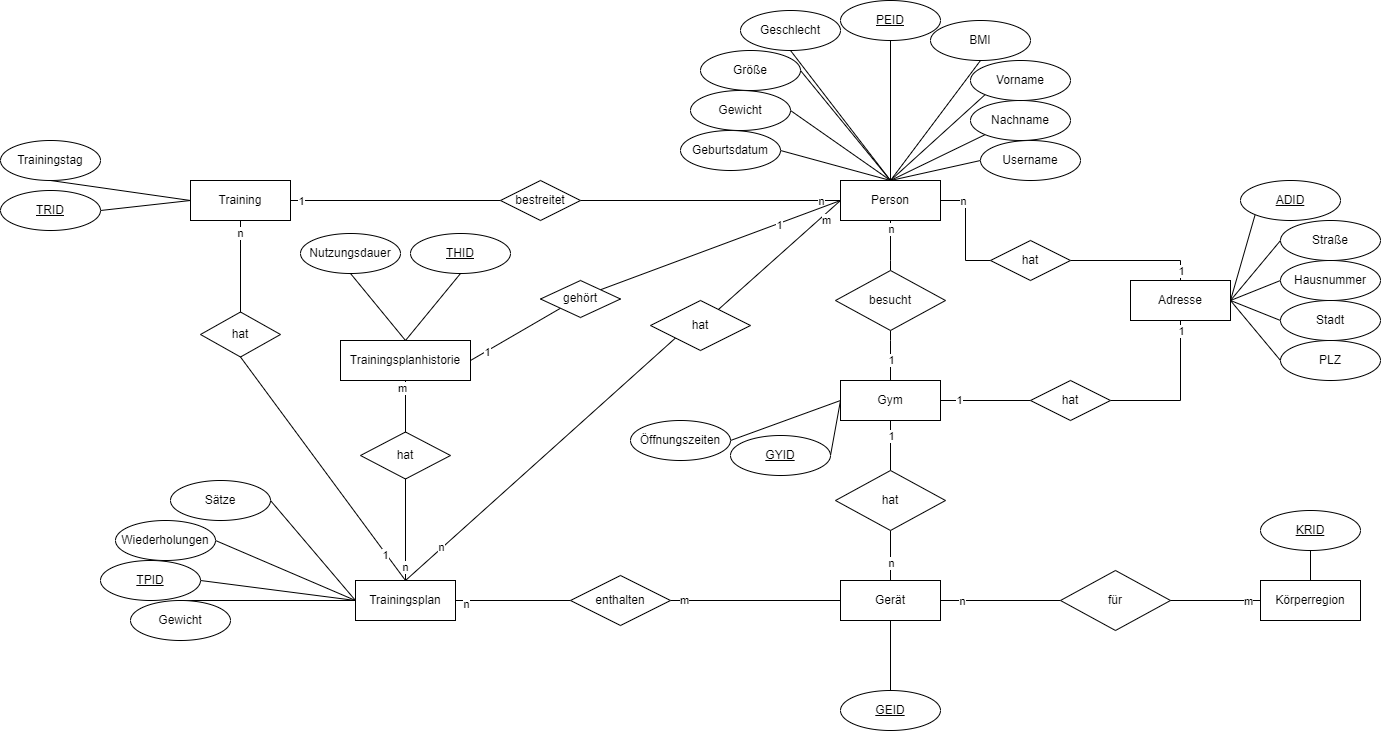
jonnef/InfinityApp keeps this draw.io diagram as Diagramme/ERDiagramm_InfinityApp.png. Above is the earlier version. Source tidied: cells renumbered, new cells last; positions are measured from the earlier drawing's top-left corner, leaving out a move shared by most shapes.
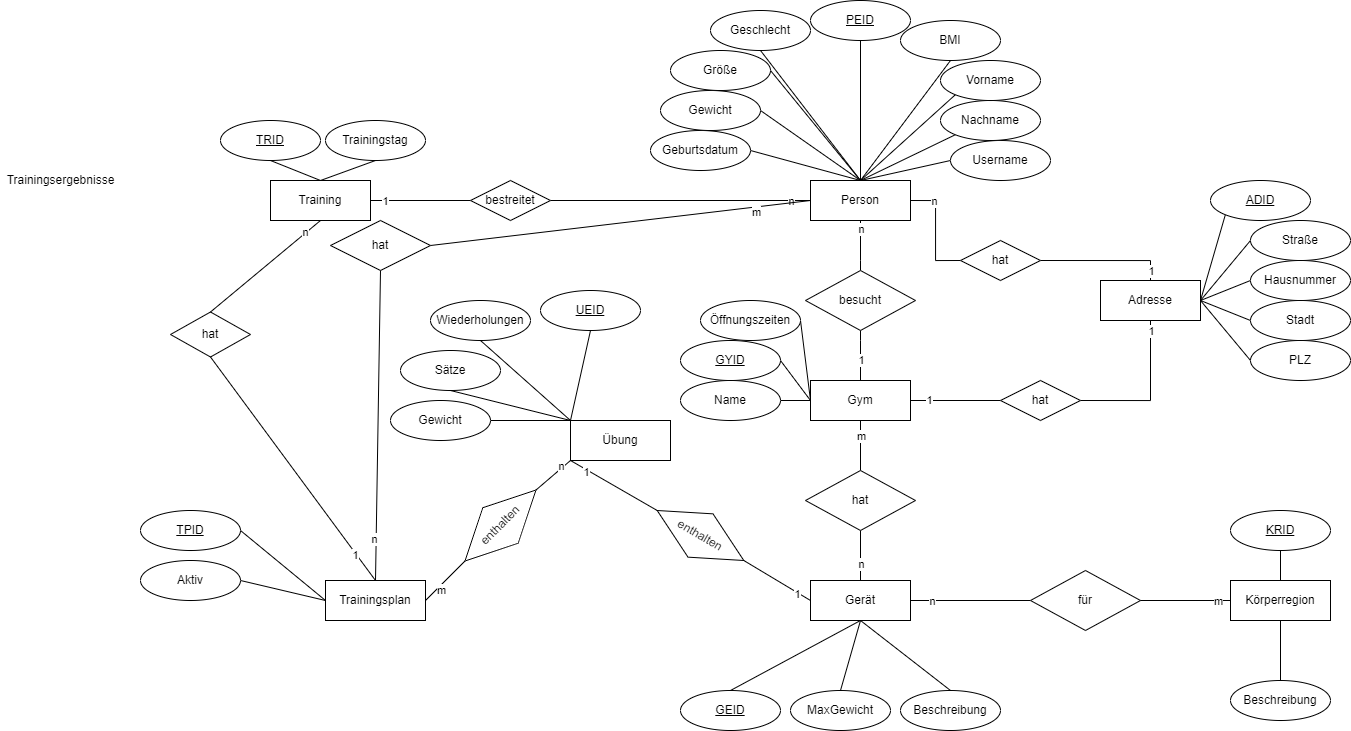
The same file after the commit.

What changed in the source:
```diff
@@ -23,7 +23,7 @@
         <mxPoint x="44" y="-4" as="offset" />
       </mxGeometry>
     </mxCell>
-    <mxCell id="6" style="edgeStyle=none;rounded=0;jettySize=auto;html=1;exitX=0;exitY=0.5;exitDx=0;exitDy=0;endArrow=none;endFill=0;" parent="1" edge="1" source="8" target="98">
+    <mxCell id="6" style="edgeStyle=none;rounded=0;jettySize=auto;html=1;exitX=0;exitY=0.5;exitDx=0;exitDy=0;endArrow=none;endFill=0;entryX=1;entryY=0.5;entryDx=0;entryDy=0;" parent="1" edge="1" source="8" target="98">
       <mxGeometry relative="1" as="geometry" />
     </mxCell>
     <mxCell id="7" value="m" style="edgeLabel;html=1;align=center;verticalAlign=middle;" parent="6" vertex="1">
@@ -40,7 +40,7 @@
         </Array>
       </mxGeometry>
     </mxCell>
-    <mxCell id="10" value="1" style="edgeLabel;html=1;align=center;verticalAlign=middle;" parent="9" vertex="1">
+    <mxCell id="10" value="m" style="edgeLabel;html=1;align=center;verticalAlign=middle;" parent="9" vertex="1">
       <mxGeometry x="-0.38" y="1" relative="1" as="geometry">
         <mxPoint x="-1" as="offset" />
       </mxGeometry>
@@ -234,7 +234,7 @@
       <mxGeometry relative="1" as="geometry" />
     </mxCell>
     <mxCell id="61" value="Öffnungszeiten" style="ellipse;whiteSpace=wrap;html=1;align=center;" parent="1" vertex="1">
-      <mxGeometry x="630" y="420" width="100" height="40" as="geometry" />
+      <mxGeometry x="730" y="300" width="100" height="40" as="geometry" />
     </mxCell>
     <mxCell id="62" style="edgeStyle=none;rounded=0;jettySize=auto;html=1;exitX=0.5;exitY=1;exitDx=0;exitDy=0;endArrow=none;endFill=0;" parent="1" edge="1" source="63">
       <mxGeometry relative="1" as="geometry">
@@ -256,7 +256,7 @@
       <mxGeometry relative="1" as="geometry" />
     </mxCell>
     <mxCell id="67" value="GEID" style="ellipse;whiteSpace=wrap;html=1;align=center;fontStyle=4;" parent="1" vertex="1">
-      <mxGeometry x="840" y="690" width="100" height="40" as="geometry" />
+      <mxGeometry x="710" y="690" width="100" height="40" as="geometry" />
     </mxCell>
     <mxCell id="68" style="edgeStyle=none;rounded=0;jettySize=auto;html=1;exitX=0.5;exitY=1;exitDx=0;exitDy=0;endArrow=none;endFill=0;" parent="1" edge="1" source="69" target="16">
       <mxGeometry relative="1" as="geometry" />
@@ -268,83 +268,44 @@
       <mxGeometry relative="1" as="geometry" />
     </mxCell>
     <mxCell id="71" value="GYID" style="ellipse;whiteSpace=wrap;html=1;align=center;fontStyle=4;" parent="1" vertex="1">
-      <mxGeometry x="730" y="435" width="100" height="40" as="geometry" />
+      <mxGeometry x="710" y="340" width="100" height="40" as="geometry" />
     </mxCell>
-    <mxCell id="72" style="edgeStyle=none;rounded=0;jettySize=auto;html=1;exitX=1;exitY=0.5;exitDx=0;exitDy=0;entryX=0;entryY=0.5;entryDx=0;entryDy=0;endArrow=none;endFill=0;" parent="1" edge="1" source="76" target="79">
-      <mxGeometry relative="1" as="geometry" />
-    </mxCell>
-    <mxCell id="73" value="n" style="edgeLabel;html=1;align=center;verticalAlign=middle;" parent="72" vertex="1">
-      <mxGeometry x="-0.82" y="-3" relative="1" as="geometry" />
-    </mxCell>
-    <mxCell id="74" style="edgeStyle=none;rounded=0;jettySize=auto;html=1;exitX=0.5;exitY=0;exitDx=0;exitDy=0;entryX=0.5;entryY=1;entryDx=0;entryDy=0;endArrow=none;endFill=0;" parent="1" edge="1" source="76" target="116">
-      <mxGeometry relative="1" as="geometry" />
-    </mxCell>
-    <mxCell id="75" value="n" style="edgeLabel;html=1;align=center;verticalAlign=middle;" parent="74" vertex="1">
-      <mxGeometry x="-0.73" y="1" relative="1" as="geometry" />
-    </mxCell>
     <mxCell id="76" value="Trainingsplan" style="whiteSpace=wrap;html=1;align=center;" parent="1" vertex="1">
       <mxGeometry x="355" y="580" width="100" height="40" as="geometry" />
     </mxCell>
-    <mxCell id="77" style="edgeStyle=none;rounded=0;jettySize=auto;html=1;exitX=1;exitY=0.5;exitDx=0;exitDy=0;entryX=0;entryY=0.5;entryDx=0;entryDy=0;endArrow=none;endFill=0;" parent="1" edge="1" source="79" target="14">
-      <mxGeometry relative="1" as="geometry" />
-    </mxCell>
-    <mxCell id="78" value="m" style="edgeLabel;html=1;align=center;verticalAlign=middle;" parent="77" vertex="1">
-      <mxGeometry x="-0.83" y="1" relative="1" as="geometry" />
-    </mxCell>
-    <mxCell id="79" value="enthalten" style="shape=rhombus;perimeter=rhombusPerimeter;whiteSpace=wrap;html=1;align=center;" parent="1" vertex="1">
-      <mxGeometry x="570" y="575" width="100" height="50" as="geometry" />
-    </mxCell>
-    <mxCell id="80" style="edgeStyle=none;rounded=0;jettySize=auto;html=1;exitX=1;exitY=0.5;exitDx=0;exitDy=0;entryX=0;entryY=0.5;entryDx=0;entryDy=0;endArrow=none;endFill=0;" parent="1" edge="1" source="81" target="76">
-      <mxGeometry relative="1" as="geometry" />
-    </mxCell>
-    <mxCell id="81" value="Sätze" style="ellipse;whiteSpace=wrap;html=1;align=center;" parent="1" vertex="1">
-      <mxGeometry x="170" y="480" width="100" height="40" as="geometry" />
-    </mxCell>
-    <mxCell id="82" style="edgeStyle=none;rounded=0;jettySize=auto;html=1;exitX=1;exitY=0.5;exitDx=0;exitDy=0;endArrow=none;endFill=0;entryX=0;entryY=0.5;entryDx=0;entryDy=0;" parent="1" edge="1" source="83" target="76">
-      <mxGeometry relative="1" as="geometry" />
-    </mxCell>
-    <mxCell id="83" value="Wiederholungen" style="ellipse;whiteSpace=wrap;html=1;align=center;" parent="1" vertex="1">
-      <mxGeometry x="115" y="520" width="100" height="40" as="geometry" />
-    </mxCell>
     <mxCell id="84" style="edgeStyle=none;rounded=0;jettySize=auto;html=1;exitX=1;exitY=0.5;exitDx=0;exitDy=0;endArrow=none;endFill=0;entryX=0;entryY=0.5;entryDx=0;entryDy=0;" parent="1" edge="1" source="85" target="76">
       <mxGeometry relative="1" as="geometry" />
     </mxCell>
     <mxCell id="85" value="TPID" style="ellipse;whiteSpace=wrap;html=1;align=center;fontStyle=4;" parent="1" vertex="1">
-      <mxGeometry x="100" y="560" width="100" height="40" as="geometry" />
+      <mxGeometry x="170" y="510" width="100" height="40" as="geometry" />
     </mxCell>
     <mxCell id="86" value="Training" style="whiteSpace=wrap;html=1;align=center;" parent="1" vertex="1">
-      <mxGeometry x="190" y="180" width="100" height="40" as="geometry" />
+      <mxGeometry x="300" y="180" width="100" height="40" as="geometry" />
     </mxCell>
     <mxCell id="87" style="edgeStyle=none;rounded=0;jettySize=auto;html=1;exitX=0;exitY=0.5;exitDx=0;exitDy=0;entryX=1;entryY=0.5;entryDx=0;entryDy=0;endArrow=none;endFill=0;" parent="1" edge="1" source="89" target="86">
       <mxGeometry relative="1" as="geometry" />
     </mxCell>
     <mxCell id="88" value="1" style="edgeLabel;html=1;align=center;verticalAlign=middle;" parent="87" vertex="1">
       <mxGeometry x="0.51" y="3" relative="1" as="geometry">
-        <mxPoint x="-41" y="-3" as="offset" />
+        <mxPoint x="-10" y="-3" as="offset" />
       </mxGeometry>
     </mxCell>
     <mxCell id="89" value="bestreitet" style="shape=rhombus;perimeter=rhombusPerimeter;whiteSpace=wrap;html=1;align=center;" parent="1" vertex="1">
       <mxGeometry x="500" y="180" width="80" height="40" as="geometry" />
     </mxCell>
-    <mxCell id="90" style="edgeStyle=none;html=1;exitX=1;exitY=0.5;exitDx=0;exitDy=0;entryX=0;entryY=0.5;entryDx=0;entryDy=0;endArrow=none;endFill=0;" parent="1" edge="1" source="91" target="86">
+    <mxCell id="90" style="edgeStyle=none;html=1;exitX=0.5;exitY=1;exitDx=0;exitDy=0;entryX=0.5;entryY=0;entryDx=0;entryDy=0;endArrow=none;endFill=0;" parent="1" edge="1" source="91" target="86">
       <mxGeometry relative="1" as="geometry" />
     </mxCell>
     <mxCell id="91" value="TRID" style="ellipse;whiteSpace=wrap;html=1;align=center;fontStyle=4;" parent="1" vertex="1">
-      <mxGeometry y="190" width="100" height="40" as="geometry" />
+      <mxGeometry x="250" y="120" width="100" height="40" as="geometry" />
     </mxCell>
-    <mxCell id="92" style="edgeStyle=none;html=1;exitX=0.5;exitY=0;exitDx=0;exitDy=0;entryX=0;entryY=0.5;entryDx=0;entryDy=0;endArrow=none;endFill=0;" parent="1" edge="1" source="93" target="76">
-      <mxGeometry relative="1" as="geometry" />
-    </mxCell>
-    <mxCell id="93" value="Gewicht" style="ellipse;whiteSpace=wrap;html=1;align=center;" parent="1" vertex="1">
-      <mxGeometry x="130" y="600" width="100" height="40" as="geometry" />
-    </mxCell>
-    <mxCell id="94" style="edgeStyle=none;rounded=0;jettySize=auto;html=1;exitX=0.5;exitY=1;exitDx=0;exitDy=0;endArrow=none;endFill=0;entryX=0;entryY=0.5;entryDx=0;entryDy=0;" parent="1" edge="1" source="95" target="86">
+    <mxCell id="94" style="edgeStyle=none;rounded=0;jettySize=auto;html=1;exitX=0.5;exitY=1;exitDx=0;exitDy=0;endArrow=none;endFill=0;entryX=0.5;entryY=0;entryDx=0;entryDy=0;" parent="1" edge="1" source="95" target="86">
       <mxGeometry relative="1" as="geometry" />
     </mxCell>
     <mxCell id="95" value="Trainingstag" style="ellipse;whiteSpace=wrap;html=1;align=center;" parent="1" vertex="1">
-      <mxGeometry y="140" width="100" height="40" as="geometry" />
+      <mxGeometry x="355" y="120" width="100" height="40" as="geometry" />
     </mxCell>
-    <mxCell id="96" style="edgeStyle=none;rounded=0;jettySize=auto;html=1;exitX=0;exitY=1;exitDx=0;exitDy=0;entryX=0.5;entryY=0;entryDx=0;entryDy=0;endArrow=none;endFill=0;" parent="1" edge="1" source="98" target="76">
+    <mxCell id="96" style="edgeStyle=none;rounded=0;jettySize=auto;html=1;exitX=0.5;exitY=1;exitDx=0;exitDy=0;entryX=0.5;entryY=0;entryDx=0;entryDy=0;endArrow=none;endFill=0;" parent="1" edge="1" source="98" target="76">
       <mxGeometry relative="1" as="geometry" />
     </mxCell>
     <mxCell id="97" value="n" style="edgeLabel;html=1;align=center;verticalAlign=middle;" parent="96" vertex="1">
@@ -353,29 +314,8 @@
       </mxGeometry>
     </mxCell>
     <mxCell id="98" value="hat" style="shape=rhombus;perimeter=rhombusPerimeter;whiteSpace=wrap;html=1;align=center;" parent="1" vertex="1">
-      <mxGeometry x="650" y="300" width="100" height="50" as="geometry" />
+      <mxGeometry x="360" y="220" width="100" height="50" as="geometry" />
     </mxCell>
-    <mxCell id="99" style="edgeStyle=none;rounded=0;jettySize=auto;html=1;exitX=1;exitY=0.5;exitDx=0;exitDy=0;entryX=0;entryY=1;entryDx=0;entryDy=0;endArrow=none;endFill=0;" parent="1" edge="1" source="101" target="113">
-      <mxGeometry relative="1" as="geometry" />
-    </mxCell>
-    <mxCell id="100" value="1" style="edgeLabel;html=1;align=center;verticalAlign=middle;" parent="99" vertex="1">
-      <mxGeometry x="-0.64" y="-1" relative="1" as="geometry" />
-    </mxCell>
-    <mxCell id="101" value="Trainingsplanhistorie" style="whiteSpace=wrap;html=1;align=center;" parent="1" vertex="1">
-      <mxGeometry x="340" y="340" width="130" height="40" as="geometry" />
-    </mxCell>
-    <mxCell id="102" style="rounded=0;jettySize=auto;html=1;exitX=0.5;exitY=1;exitDx=0;exitDy=0;entryX=0.5;entryY=0;entryDx=0;entryDy=0;endArrow=none;endFill=0;" parent="1" edge="1" source="103" target="101">
-      <mxGeometry relative="1" as="geometry" />
-    </mxCell>
-    <mxCell id="103" value="THID" style="ellipse;whiteSpace=wrap;html=1;align=center;fontStyle=4;" parent="1" vertex="1">
-      <mxGeometry x="410" y="233" width="100" height="40" as="geometry" />
-    </mxCell>
-    <mxCell id="104" style="edgeStyle=none;rounded=0;jettySize=auto;html=1;exitX=0.5;exitY=1;exitDx=0;exitDy=0;entryX=0.5;entryY=0;entryDx=0;entryDy=0;endArrow=none;endFill=0;" parent="1" edge="1" source="105" target="101">
-      <mxGeometry relative="1" as="geometry" />
-    </mxCell>
-    <mxCell id="105" value="Nutzungsdauer" style="ellipse;whiteSpace=wrap;html=1;align=center;" parent="1" vertex="1">
-      <mxGeometry x="300" y="233" width="100" height="40" as="geometry" />
-    </mxCell>
     <mxCell id="106" style="edgeStyle=none;rounded=0;jettySize=auto;html=1;exitX=0.5;exitY=1;exitDx=0;exitDy=0;entryX=0.5;entryY=0;entryDx=0;entryDy=0;endArrow=none;endFill=0;" parent="1" edge="1" source="110" target="76">
       <mxGeometry relative="1" as="geometry" />
     </mxCell>
@@ -391,25 +331,101 @@
     <mxCell id="110" value="hat" style="shape=rhombus;perimeter=rhombusPerimeter;whiteSpace=wrap;html=1;align=center;" parent="1" vertex="1">
       <mxGeometry x="200" y="311.5" width="80" height="45" as="geometry" />
     </mxCell>
-    <mxCell id="111" style="edgeStyle=none;rounded=0;jettySize=auto;html=1;exitX=1;exitY=0;exitDx=0;exitDy=0;endArrow=none;endFill=0;" parent="1" edge="1" source="113">
-      <mxGeometry relative="1" as="geometry">
-        <mxPoint x="840" y="200" as="targetPoint" />
-      </mxGeometry>
-    </mxCell>
-    <mxCell id="112" value="1" style="edgeLabel;html=1;align=center;verticalAlign=middle;" parent="111" vertex="1">
-      <mxGeometry x="0.48" y="-1" relative="1" as="geometry" />
-    </mxCell>
-    <mxCell id="113" value="gehört" style="shape=rhombus;perimeter=rhombusPerimeter;whiteSpace=wrap;html=1;align=center;" parent="1" vertex="1">
-      <mxGeometry x="540" y="280" width="80" height="37" as="geometry" />
-    </mxCell>
-    <mxCell id="114" style="edgeStyle=none;rounded=0;jettySize=auto;html=1;exitX=0.5;exitY=0;exitDx=0;exitDy=0;entryX=0.5;entryY=1;entryDx=0;entryDy=0;endArrow=none;endFill=0;" parent="1" edge="1" source="116" target="101">
-      <mxGeometry relative="1" as="geometry" />
-    </mxCell>
-    <mxCell id="115" value="m" style="edgeLabel;html=1;align=center;verticalAlign=middle;" parent="114" vertex="1">
-      <mxGeometry x="0.71" y="4" relative="1" as="geometry" />
-    </mxCell>
-    <mxCell id="116" value="hat" style="shape=rhombus;perimeter=rhombusPerimeter;whiteSpace=wrap;html=1;align=center;" parent="1" vertex="1">
-      <mxGeometry x="360" y="431.5" width="90" height="47" as="geometry" />
-    </mxCell>
+    <mxCell id="117" style="edgeStyle=none;html=1;exitX=0.5;exitY=0;exitDx=0;exitDy=0;entryX=0.5;entryY=1;entryDx=0;entryDy=0;endArrow=none;endFill=0;" parent="1" edge="1" source="118" target="14">
+      <mxGeometry relative="1" as="geometry" />
+    </mxCell>
+    <mxCell id="118" value="MaxGewicht" style="ellipse;whiteSpace=wrap;html=1;align=center;" parent="1" vertex="1">
+      <mxGeometry x="820" y="690" width="100" height="40" as="geometry" />
+    </mxCell>
+    <mxCell id="119" style="edgeStyle=none;html=1;exitX=0.5;exitY=0;exitDx=0;exitDy=0;entryX=0.5;entryY=1;entryDx=0;entryDy=0;endArrow=none;endFill=0;" parent="1" edge="1" source="120" target="16">
+      <mxGeometry relative="1" as="geometry" />
+    </mxCell>
+    <mxCell id="120" value="Beschreibung" style="ellipse;whiteSpace=wrap;html=1;align=center;" parent="1" vertex="1">
+      <mxGeometry x="1260" y="680" width="100" height="40" as="geometry" />
+    </mxCell>
+    <mxCell id="121" style="edgeStyle=none;rounded=0;jettySize=auto;html=1;exitX=0;exitY=1;exitDx=0;exitDy=0;entryX=0;entryY=0.5;entryDx=0;entryDy=0;endArrow=none;endFill=0;" parent="1" edge="1" source="123" target="138">
+      <mxGeometry relative="1" as="geometry" />
+    </mxCell>
+    <mxCell id="122" value="1" style="edgeLabel;html=1;align=center;verticalAlign=middle;" parent="121" vertex="1">
+      <mxGeometry x="-0.63" y="-2" relative="1" as="geometry" />
+    </mxCell>
+    <mxCell id="123" value="Übung" style="whiteSpace=wrap;html=1;align=center;" parent="1" vertex="1">
+      <mxGeometry x="600" y="420" width="100" height="40" as="geometry" />
+    </mxCell>
+    <mxCell id="124" style="rounded=0;jettySize=auto;html=1;exitX=1;exitY=0.5;exitDx=0;exitDy=0;entryX=0;entryY=0.5;entryDx=0;entryDy=0;endArrow=none;endFill=0;" parent="1" edge="1" source="125" target="76">
+      <mxGeometry relative="1" as="geometry" />
+    </mxCell>
+    <mxCell id="125" value="Aktiv" style="ellipse;whiteSpace=wrap;html=1;align=center;" parent="1" vertex="1">
+      <mxGeometry x="170" y="560" width="100" height="40" as="geometry" />
+    </mxCell>
+    <mxCell id="126" style="edgeStyle=none;rounded=0;jettySize=auto;html=1;exitX=0.5;exitY=1;exitDx=0;exitDy=0;endArrow=none;endFill=0;" parent="1" edge="1" source="81">
+      <mxGeometry relative="1" as="geometry">
+        <mxPoint x="600" y="420" as="targetPoint" />
+      </mxGeometry>
+    </mxCell>
+    <mxCell id="81" value="Sätze" style="ellipse;whiteSpace=wrap;html=1;align=center;" parent="1" vertex="1">
+      <mxGeometry x="430" y="350" width="100" height="40" as="geometry" />
+    </mxCell>
+    <mxCell id="127" style="edgeStyle=none;rounded=0;jettySize=auto;html=1;exitX=0.5;exitY=1;exitDx=0;exitDy=0;entryX=0;entryY=0;entryDx=0;entryDy=0;endArrow=none;endFill=0;" parent="1" edge="1" source="83" target="123">
+      <mxGeometry relative="1" as="geometry" />
+    </mxCell>
+    <mxCell id="83" value="Wiederholungen" style="ellipse;whiteSpace=wrap;html=1;align=center;" parent="1" vertex="1">
+      <mxGeometry x="460" y="300" width="100" height="40" as="geometry" />
+    </mxCell>
+    <mxCell id="128" style="edgeStyle=none;rounded=0;jettySize=auto;html=1;exitX=1;exitY=0.5;exitDx=0;exitDy=0;entryX=0;entryY=0;entryDx=0;entryDy=0;endArrow=none;endFill=0;" parent="1" edge="1" source="93" target="123">
+      <mxGeometry relative="1" as="geometry" />
+    </mxCell>
+    <mxCell id="93" value="Gewicht" style="ellipse;whiteSpace=wrap;html=1;align=center;" parent="1" vertex="1">
+      <mxGeometry x="420" y="400" width="100" height="40" as="geometry" />
+    </mxCell>
+    <mxCell id="129" style="edgeStyle=none;rounded=0;jettySize=auto;html=1;exitX=0.5;exitY=1;exitDx=0;exitDy=0;endArrow=none;endFill=0;" parent="1" edge="1" source="130">
+      <mxGeometry relative="1" as="geometry">
+        <mxPoint x="600" y="420" as="targetPoint" />
+      </mxGeometry>
+    </mxCell>
+    <mxCell id="130" value="UEID" style="ellipse;whiteSpace=wrap;html=1;align=center;fontStyle=4;" parent="1" vertex="1">
+      <mxGeometry x="570" y="290" width="100" height="40" as="geometry" />
+    </mxCell>
+    <mxCell id="131" style="edgeStyle=none;rounded=0;jettySize=auto;html=1;exitX=1;exitY=0.5;exitDx=0;exitDy=0;entryX=0;entryY=1;entryDx=0;entryDy=0;endArrow=none;endFill=0;" parent="1" edge="1" source="135" target="123">
+      <mxGeometry relative="1" as="geometry" />
+    </mxCell>
+    <mxCell id="132" value="n" style="edgeLabel;html=1;align=center;verticalAlign=middle;" parent="131" vertex="1">
+      <mxGeometry x="0.55" y="2" relative="1" as="geometry" />
+    </mxCell>
+    <mxCell id="133" style="edgeStyle=none;rounded=0;jettySize=auto;html=1;exitX=0;exitY=0.5;exitDx=0;exitDy=0;entryX=1;entryY=0.5;entryDx=0;entryDy=0;endArrow=none;endFill=0;" parent="1" edge="1" source="135" target="76">
+      <mxGeometry relative="1" as="geometry" />
+    </mxCell>
+    <mxCell id="134" value="m" style="edgeLabel;html=1;align=center;verticalAlign=middle;" parent="133" vertex="1">
+      <mxGeometry x="0.36" y="3" relative="1" as="geometry" />
+    </mxCell>
+    <mxCell id="135" value="enthalten" style="shape=rhombus;perimeter=rhombusPerimeter;whiteSpace=wrap;html=1;align=center;rotation=-45;" parent="1" vertex="1">
+      <mxGeometry x="480" y="500" width="100" height="50" as="geometry" />
+    </mxCell>
+    <mxCell id="136" style="edgeStyle=none;rounded=0;jettySize=auto;html=1;exitX=1;exitY=0.5;exitDx=0;exitDy=0;entryX=0;entryY=0.5;entryDx=0;entryDy=0;endArrow=none;endFill=0;" parent="1" edge="1" source="138" target="14">
+      <mxGeometry relative="1" as="geometry" />
+    </mxCell>
+    <mxCell id="137" value="1" style="edgeLabel;html=1;align=center;verticalAlign=middle;" parent="136" vertex="1">
+      <mxGeometry x="0.59" y="-1" relative="1" as="geometry" />
+    </mxCell>
+    <mxCell id="138" value="enthalten" style="shape=rhombus;perimeter=rhombusPerimeter;whiteSpace=wrap;html=1;align=center;rotation=30;" parent="1" vertex="1">
+      <mxGeometry x="680" y="510" width="100" height="50" as="geometry" />
+    </mxCell>
+    <mxCell id="139" style="edgeStyle=none;rounded=0;jettySize=auto;html=1;exitX=0.5;exitY=0;exitDx=0;exitDy=0;endArrow=none;endFill=0;" parent="1" edge="1" source="140">
+      <mxGeometry relative="1" as="geometry">
+        <mxPoint x="890" y="620" as="targetPoint" />
+      </mxGeometry>
+    </mxCell>
+    <mxCell id="140" value="Beschreibung" style="ellipse;whiteSpace=wrap;html=1;align=center;" parent="1" vertex="1">
+      <mxGeometry x="930" y="690" width="100" height="40" as="geometry" />
+    </mxCell>
+    <mxCell id="141" style="edgeStyle=none;rounded=0;jettySize=auto;html=1;exitX=1;exitY=0.5;exitDx=0;exitDy=0;entryX=0;entryY=0.5;entryDx=0;entryDy=0;endArrow=none;endFill=0;" parent="1" edge="1" source="142" target="11">
+      <mxGeometry relative="1" as="geometry" />
+    </mxCell>
+    <mxCell id="142" value="Name" style="ellipse;whiteSpace=wrap;html=1;align=center;" parent="1" vertex="1">
+      <mxGeometry x="710" y="380" width="100" height="40" as="geometry" />
+    </mxCell>
+    <mxCell id="143" value="Trainingsergebnisse" style="text;html=1;align=center;verticalAlign=middle;strokeColor=none;fillColor=none;" parent="1" vertex="1">
+      <mxGeometry x="30" y="170" width="120" height="20" as="geometry" />
+    </mxCell>
   </root>
 </mxGraphModel>
```
